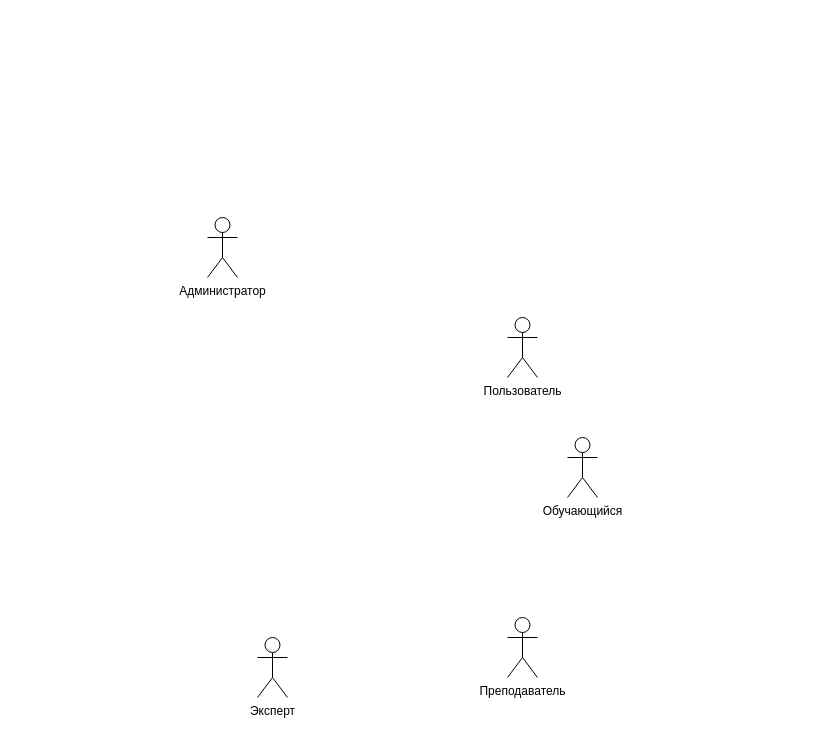
This is ПИС_3_1.drawio from v-tempe/draw.io, a draw.io file, before an edit. Source tidied: cells renumbered, new cells numbered last; positions are measured from the earlier drawing's top-left corner, leaving out a move shared by most shapes. Both pictures are drawn from the tidied source at 100%, with x=0, y=0 at pixel (207, 217).
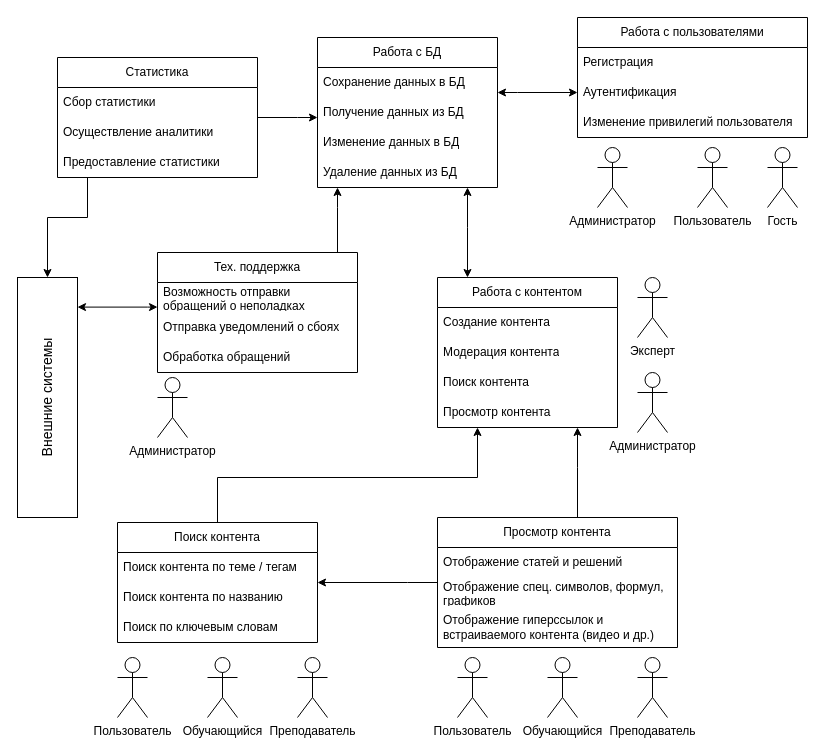
The same page after the edit.

Change to the diagram source:
```diff
@@
     <mxCell id="2" value="Администратор" style="shape=umlActor;verticalLabelPosition=bottom;verticalAlign=top;html=1;" parent="1" vertex="1">
-      <mxGeometry width="30" height="60" as="geometry" />
+      <mxGeometry x="430" y="155" width="30" height="60" as="geometry" />
     </mxCell>
     <mxCell id="3" value="Эксперт" style="shape=umlActor;verticalLabelPosition=bottom;verticalAlign=top;html=1;" parent="1" vertex="1">
-      <mxGeometry x="50" y="420" width="30" height="60" as="geometry" />
+      <mxGeometry x="430" y="60" width="30" height="60" as="geometry" />
     </mxCell>
     <mxCell id="4" value="Преподаватель" style="shape=umlActor;verticalLabelPosition=bottom;verticalAlign=top;html=1;" parent="1" vertex="1">
-      <mxGeometry x="300" y="400" width="30" height="60" as="geometry" />
+      <mxGeometry x="430" y="440" width="30" height="60" as="geometry" />
     </mxCell>
     <mxCell id="5" value="Обучающийся" style="shape=umlActor;verticalLabelPosition=bottom;verticalAlign=top;html=1;" parent="1" vertex="1">
-      <mxGeometry x="360" y="220" width="30" height="60" as="geometry" />
+      <mxGeometry x="340" y="440" width="30" height="60" as="geometry" />
     </mxCell>
     <mxCell id="6" value="Пользователь" style="shape=umlActor;verticalLabelPosition=bottom;verticalAlign=top;html=1;" parent="1" vertex="1">
-      <mxGeometry x="300" y="100" width="30" height="60" as="geometry" />
+      <mxGeometry x="250" y="440" width="30" height="60" as="geometry" />
     </mxCell>
+    <mxCell id="7" value="Внешние системы" style="rounded=0;whiteSpace=wrap;html=1;rotation=-90;fontSize=14;" parent="1" vertex="1">
+      <mxGeometry x="-280" y="150" width="240" height="60" as="geometry" />
+    </mxCell>
+    <mxCell id="8" style="edgeStyle=orthogonalEdgeStyle;rounded=0;orthogonalLoop=1;jettySize=auto;html=1;startArrow=classic;startFill=1;" parent="1" edge="1">
+      <mxGeometry relative="1" as="geometry">
+        <mxPoint x="-50" y="89.6" as="sourcePoint" />
+        <mxPoint x="-130" y="89.6" as="targetPoint" />
+        <Array as="points">
+          <mxPoint x="-60" y="89.6" />
+          <mxPoint x="-60" y="89.6" />
+        </Array>
+      </mxGeometry>
+    </mxCell>
+    <mxCell id="9" style="edgeStyle=orthogonalEdgeStyle;rounded=0;jettySize=auto;html=1;" parent="1" edge="1" source="10" target="14">
+      <mxGeometry relative="1" as="geometry">
+        <Array as="points">
+          <mxPoint x="130" y="-10" />
+          <mxPoint x="130" y="-10" />
+        </Array>
+      </mxGeometry>
+    </mxCell>
+    <mxCell id="10" value="Тех. поддержка" style="swimlane;fontStyle=0;horizontal=1;startSize=30;whiteSpace=wrap;html=1;" parent="1" vertex="1">
+      <mxGeometry x="-50" y="35" width="200" height="120" as="geometry" />
+    </mxCell>
+    <mxCell id="11" value="Возможность отправки обращений о неполадках" style="text;strokeColor=none;fillColor=none;align=left;verticalAlign=middle;spacingLeft=4;spacingRight=4;overflow=hidden;whiteSpace=wrap;html=1;" parent="10" vertex="1">
+      <mxGeometry y="30" width="200" height="30" as="geometry" />
+    </mxCell>
+    <mxCell id="12" value="Отправка уведомлений о сбоях" style="text;strokeColor=none;fillColor=none;align=left;verticalAlign=middle;spacingLeft=4;spacingRight=4;overflow=hidden;whiteSpace=wrap;html=1;" parent="10" vertex="1">
+      <mxGeometry y="60" width="200" height="30" as="geometry" />
+    </mxCell>
+    <mxCell id="13" value="Обработка обращений" style="text;strokeColor=none;fillColor=none;align=left;verticalAlign=middle;spacingLeft=4;spacingRight=4;overflow=hidden;whiteSpace=wrap;html=1;" parent="10" vertex="1">
+      <mxGeometry y="90" width="200" height="30" as="geometry" />
+    </mxCell>
+    <mxCell id="14" value="Работа с БД" style="swimlane;fontStyle=0;horizontal=1;startSize=30;whiteSpace=wrap;html=1;" parent="1" vertex="1">
+      <mxGeometry x="110" y="-180" width="180" height="150" as="geometry" />
+    </mxCell>
+    <mxCell id="15" value="Сохранение данных в БД" style="text;strokeColor=none;fillColor=none;align=left;verticalAlign=middle;spacingLeft=4;spacingRight=4;overflow=hidden;whiteSpace=wrap;html=1;" parent="14" vertex="1">
+      <mxGeometry y="30" width="180" height="30" as="geometry" />
+    </mxCell>
+    <mxCell id="16" value="Получение данных из БД" style="text;strokeColor=none;fillColor=none;align=left;verticalAlign=middle;spacingLeft=4;spacingRight=4;overflow=hidden;whiteSpace=wrap;html=1;" parent="14" vertex="1">
+      <mxGeometry y="60" width="180" height="30" as="geometry" />
+    </mxCell>
+    <mxCell id="17" value="Изменение данных в БД" style="text;strokeColor=none;fillColor=none;align=left;verticalAlign=middle;spacingLeft=4;spacingRight=4;overflow=hidden;whiteSpace=wrap;html=1;" parent="14" vertex="1">
+      <mxGeometry y="90" width="180" height="30" as="geometry" />
+    </mxCell>
+    <mxCell id="18" value="Удаление данных из БД" style="text;strokeColor=none;fillColor=none;align=left;verticalAlign=middle;spacingLeft=4;spacingRight=4;overflow=hidden;whiteSpace=wrap;html=1;" parent="14" vertex="1">
+      <mxGeometry y="120" width="180" height="30" as="geometry" />
+    </mxCell>
+    <mxCell id="19" style="edgeStyle=orthogonalEdgeStyle;rounded=0;jettySize=auto;html=1;startArrow=classic;startFill=1;" parent="1" edge="1" source="20" target="14">
+      <mxGeometry relative="1" as="geometry">
+        <Array as="points">
+          <mxPoint x="260" y="10" />
+          <mxPoint x="260" y="10" />
+        </Array>
+      </mxGeometry>
+    </mxCell>
+    <mxCell id="20" value="Работа с контентом" style="swimlane;fontStyle=0;horizontal=1;startSize=30;whiteSpace=wrap;html=1;" parent="1" vertex="1">
+      <mxGeometry x="230" y="60" width="180" height="150" as="geometry" />
+    </mxCell>
+    <mxCell id="21" value="Создание контента" style="text;strokeColor=none;fillColor=none;align=left;verticalAlign=middle;spacingLeft=4;spacingRight=4;overflow=hidden;whiteSpace=wrap;html=1;" parent="20" vertex="1">
+      <mxGeometry y="30" width="180" height="30" as="geometry" />
+    </mxCell>
+    <mxCell id="22" value="Модерация контента" style="text;strokeColor=none;fillColor=none;align=left;verticalAlign=middle;spacingLeft=4;spacingRight=4;overflow=hidden;whiteSpace=wrap;html=1;" parent="20" vertex="1">
+      <mxGeometry y="60" width="180" height="30" as="geometry" />
+    </mxCell>
+    <mxCell id="23" value="Поиск контента" style="text;strokeColor=none;fillColor=none;align=left;verticalAlign=middle;spacingLeft=4;spacingRight=4;overflow=hidden;whiteSpace=wrap;html=1;" parent="20" vertex="1">
+      <mxGeometry y="90" width="180" height="30" as="geometry" />
+    </mxCell>
+    <mxCell id="24" value="Просмотр контента" style="text;strokeColor=none;fillColor=none;align=left;verticalAlign=middle;spacingLeft=4;spacingRight=4;overflow=hidden;whiteSpace=wrap;html=1;" parent="20" vertex="1">
+      <mxGeometry y="120" width="180" height="30" as="geometry" />
+    </mxCell>
+    <mxCell id="25" style="edgeStyle=orthogonalEdgeStyle;rounded=0;jettySize=auto;html=1;" parent="1" edge="1" source="26" target="20">
+      <mxGeometry relative="1" as="geometry">
+        <Array as="points">
+          <mxPoint x="10" y="260" />
+          <mxPoint x="270" y="260" />
+        </Array>
+      </mxGeometry>
+    </mxCell>
+    <mxCell id="26" value="Поиск контента" style="swimlane;fontStyle=0;horizontal=1;startSize=30;whiteSpace=wrap;html=1;" parent="1" vertex="1">
+      <mxGeometry x="-90" y="305" width="200" height="120" as="geometry" />
+    </mxCell>
+    <mxCell id="27" value="Поиск контента по теме / тегам" style="text;strokeColor=none;fillColor=none;align=left;verticalAlign=middle;spacingLeft=4;spacingRight=4;overflow=hidden;whiteSpace=wrap;html=1;" parent="26" vertex="1">
+      <mxGeometry y="30" width="200" height="30" as="geometry" />
+    </mxCell>
+    <mxCell id="28" value="Поиск контента по названию" style="text;strokeColor=none;fillColor=none;align=left;verticalAlign=middle;spacingLeft=4;spacingRight=4;overflow=hidden;whiteSpace=wrap;html=1;" parent="26" vertex="1">
+      <mxGeometry y="60" width="200" height="30" as="geometry" />
+    </mxCell>
+    <mxCell id="29" value="Поиск по ключевым словам" style="text;strokeColor=none;fillColor=none;align=left;verticalAlign=middle;spacingLeft=4;spacingRight=4;overflow=hidden;whiteSpace=wrap;html=1;" parent="26" vertex="1">
+      <mxGeometry y="90" width="200" height="30" as="geometry" />
+    </mxCell>
+    <mxCell id="30" style="edgeStyle=orthogonalEdgeStyle;rounded=0;jettySize=auto;html=1;" parent="1" edge="1" source="31" target="20">
+      <mxGeometry relative="1" as="geometry">
+        <Array as="points">
+          <mxPoint x="370" y="250" />
+          <mxPoint x="370" y="250" />
+        </Array>
+      </mxGeometry>
+    </mxCell>
+    <mxCell id="31" value="Просмотр контента" style="swimlane;fontStyle=0;horizontal=1;startSize=30;whiteSpace=wrap;html=1;" parent="1" vertex="1">
+      <mxGeometry x="230" y="300" width="240" height="130" as="geometry" />
+    </mxCell>
+    <mxCell id="32" value="Отображение статей и решений" style="text;strokeColor=none;fillColor=none;align=left;verticalAlign=middle;spacingLeft=4;spacingRight=4;overflow=hidden;whiteSpace=wrap;html=1;" parent="31" vertex="1">
+      <mxGeometry y="30" width="240" height="30" as="geometry" />
+    </mxCell>
+    <mxCell id="33" value="Отображение спец. символов, формул, графиков" style="text;strokeColor=none;fillColor=none;align=left;verticalAlign=middle;spacingLeft=4;spacingRight=4;overflow=hidden;points=[[0,0.5],[1,0.5]];portConstraint=eastwest;whiteSpace=wrap;html=1;" parent="31" vertex="1">
+      <mxGeometry y="60" width="240" height="30" as="geometry" />
+    </mxCell>
+    <mxCell id="34" value="Отображение гиперссылок и встраиваемого контента (видео и др.)" style="text;strokeColor=none;fillColor=none;align=left;verticalAlign=middle;spacingLeft=4;spacingRight=4;overflow=hidden;whiteSpace=wrap;html=1;" parent="31" vertex="1">
+      <mxGeometry y="90" width="240" height="40" as="geometry" />
+    </mxCell>
+    <mxCell id="35" value="Работа с пользователями" style="swimlane;fontStyle=0;horizontal=1;startSize=30;whiteSpace=wrap;html=1;" parent="1" vertex="1">
+      <mxGeometry x="370" y="-200" width="230" height="120" as="geometry" />
+    </mxCell>
+    <mxCell id="36" value="Регистрация" style="text;strokeColor=none;fillColor=none;align=left;verticalAlign=middle;spacingLeft=4;spacingRight=4;overflow=hidden;whiteSpace=wrap;html=1;" parent="35" vertex="1">
+      <mxGeometry y="30" width="230" height="30" as="geometry" />
+    </mxCell>
+    <mxCell id="37" value="Аутентификация" style="text;strokeColor=none;fillColor=none;align=left;verticalAlign=middle;spacingLeft=4;spacingRight=4;overflow=hidden;points=[[0,0.5],[1,0.5]];portConstraint=eastwest;whiteSpace=wrap;html=1;" parent="35" vertex="1">
+      <mxGeometry y="60" width="230" height="30" as="geometry" />
+    </mxCell>
+    <mxCell id="38" value="Изменение привилегий пользователя" style="text;strokeColor=none;fillColor=none;align=left;verticalAlign=middle;spacingLeft=4;spacingRight=4;overflow=hidden;whiteSpace=wrap;html=1;" parent="35" vertex="1">
+      <mxGeometry y="90" width="230" height="30" as="geometry" />
+    </mxCell>
+    <mxCell id="39" value="Гость" style="shape=umlActor;verticalLabelPosition=bottom;verticalAlign=top;html=1;" parent="1" vertex="1">
+      <mxGeometry x="560" y="-70" width="30" height="60" as="geometry" />
+    </mxCell>
+    <mxCell id="40" style="edgeStyle=orthogonalEdgeStyle;rounded=0;jettySize=auto;html=1;" parent="1" edge="1" source="41" target="14">
+      <mxGeometry relative="1" as="geometry">
+        <Array as="points">
+          <mxPoint x="90" y="-100" />
+          <mxPoint x="90" y="-100" />
+        </Array>
+      </mxGeometry>
+    </mxCell>
+    <mxCell id="41" value="Статистика" style="swimlane;fontStyle=0;horizontal=1;startSize=30;whiteSpace=wrap;html=1;" parent="1" vertex="1">
+      <mxGeometry x="-150" y="-160" width="200" height="120" as="geometry" />
+    </mxCell>
+    <mxCell id="42" value="Сбор статистики" style="text;strokeColor=none;fillColor=none;align=left;verticalAlign=middle;spacingLeft=4;spacingRight=4;overflow=hidden;whiteSpace=wrap;html=1;" parent="41" vertex="1">
+      <mxGeometry y="30" width="200" height="30" as="geometry" />
+    </mxCell>
+    <mxCell id="43" value="Осуществление аналитики" style="text;strokeColor=none;fillColor=none;align=left;verticalAlign=middle;spacingLeft=4;spacingRight=4;overflow=hidden;whiteSpace=wrap;html=1;" parent="41" vertex="1">
+      <mxGeometry y="60" width="200" height="30" as="geometry" />
+    </mxCell>
+    <mxCell id="44" value="Предоставление статистики" style="text;strokeColor=none;fillColor=none;align=left;verticalAlign=middle;spacingLeft=4;spacingRight=4;overflow=hidden;whiteSpace=wrap;html=1;" parent="41" vertex="1">
+      <mxGeometry y="90" width="200" height="30" as="geometry" />
+    </mxCell>
+    <mxCell id="45" style="edgeStyle=orthogonalEdgeStyle;rounded=0;jettySize=auto;html=1;" parent="1" edge="1" source="41" target="7">
+      <mxGeometry relative="1" as="geometry">
+        <Array as="points">
+          <mxPoint x="-120" />
+        </Array>
+      </mxGeometry>
+    </mxCell>
+    <mxCell id="46" style="edgeStyle=orthogonalEdgeStyle;rounded=0;jettySize=auto;html=1;startArrow=classic;startFill=1;endArrow=classic;endFill=1;" parent="1" edge="1" source="37" target="14">
+      <mxGeometry relative="1" as="geometry">
+        <Array as="points">
+          <mxPoint x="310" y="-125" />
+          <mxPoint x="310" y="-125" />
+        </Array>
+      </mxGeometry>
+    </mxCell>
+    <mxCell id="47" style="edgeStyle=orthogonalEdgeStyle;rounded=0;jettySize=auto;html=1;" parent="1" edge="1" source="33" target="26">
+      <mxGeometry relative="1" as="geometry">
+        <Array as="points">
+          <mxPoint x="200" y="365" />
+          <mxPoint x="200" y="365" />
+        </Array>
+      </mxGeometry>
+    </mxCell>
+    <mxCell id="48" value="Преподаватель" style="shape=umlActor;verticalLabelPosition=bottom;verticalAlign=top;html=1;" parent="1" vertex="1">
+      <mxGeometry x="90" y="440" width="30" height="60" as="geometry" />
+    </mxCell>
+    <mxCell id="49" value="Обучающийся" style="shape=umlActor;verticalLabelPosition=bottom;verticalAlign=top;html=1;" parent="1" vertex="1">
+      <mxGeometry y="440" width="30" height="60" as="geometry" />
+    </mxCell>
+    <mxCell id="50" value="Пользователь" style="shape=umlActor;verticalLabelPosition=bottom;verticalAlign=top;html=1;" parent="1" vertex="1">
+      <mxGeometry x="-90" y="440" width="30" height="60" as="geometry" />
+    </mxCell>
+    <mxCell id="51" value="Пользователь" style="shape=umlActor;verticalLabelPosition=bottom;verticalAlign=top;html=1;" parent="1" vertex="1">
+      <mxGeometry x="490" y="-70" width="30" height="60" as="geometry" />
+    </mxCell>
+    <mxCell id="52" value="Администратор" style="shape=umlActor;verticalLabelPosition=bottom;verticalAlign=top;html=1;" parent="1" vertex="1">
+      <mxGeometry x="390" y="-70" width="30" height="60" as="geometry" />
+    </mxCell>
+    <mxCell id="53" value="Администратор" style="shape=umlActor;verticalLabelPosition=bottom;verticalAlign=top;html=1;" parent="1" vertex="1">
+      <mxGeometry x="-50" y="160" width="30" height="60" as="geometry" />
+    </mxCell>
```
